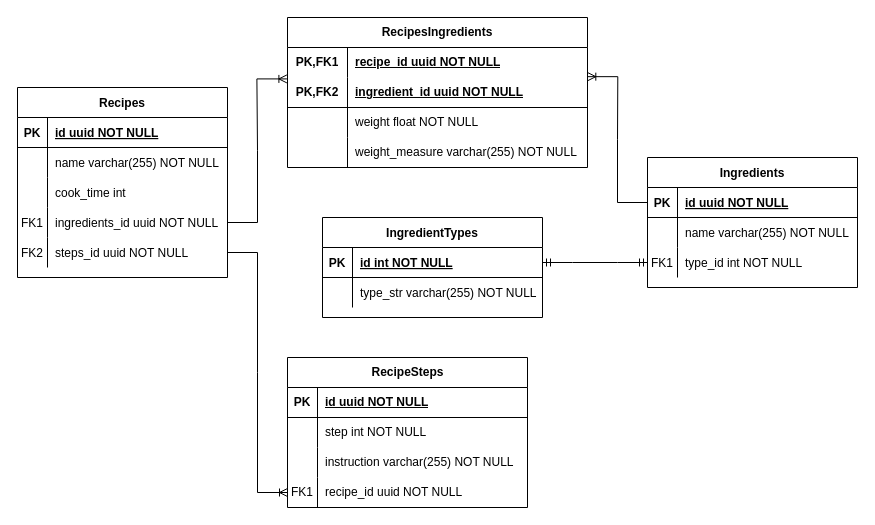
Before: docs/er.drawio in N3gD0r/cooking-roulette-java, a draw.io diagram. Source tidied: cells renumbered, new cells numbered last; positions are measured from the earlier drawing's top-left corner, leaving out a move shared by most shapes. Both pictures are drawn from the tidied source at 100%, with x=0, y=0 at pixel (17, 17).
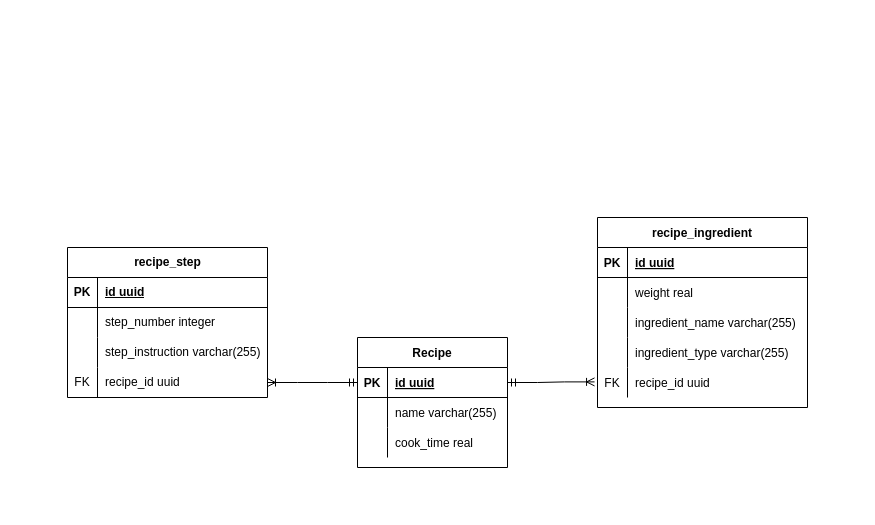
After the change.

Commit message (it also covers changes not shown here):
Added update recipe use case using patch and reflection

The change refers to these unchanged cells:
```xml
<mxCell id="26" style="shape=partialRectangle;fillColor=none;points=[[0,0.5],[1,0.5]];portConstraint=eastwest;top=0;left=0;right=0;bottom=1;" parent="25" vertex="1">
  <mxGeometry y="30" width="210" height="30" as="geometry" />
</mxCell>
<mxCell id="29" style="shape=partialRectangle;fillColor=none;top=0;left=0;right=0;bottom=0;" parent="25" vertex="1">
  <mxGeometry y="60" width="210" height="30" as="geometry" />
</mxCell>
```

Diff of the diagram source:
```diff
@@
-    <mxCell id="2" value="Recipes" style="shape=table;startSize=30;childLayout=tableLayout;rowLines=0;fontStyle=1;align=center;" parent="1" vertex="1">
-      <mxGeometry y="70" width="210" height="190" as="geometry" />
+    <mxCell id="2" value="Recipe" style="shape=table;startSize=30;childLayout=tableLayout;rowLines=0;fontStyle=1;align=center;" parent="1" vertex="1">
+      <mxGeometry x="340" y="320" width="150" height="130" as="geometry" />
     </mxCell>
     <mxCell id="3" style="shape=partialRectangle;fillColor=none;points=[[0,0.5],[1,0.5]];portConstraint=eastwest;top=0;left=0;right=0;bottom=1;" parent="2" vertex="1">
-      <mxGeometry y="30" width="210" height="30" as="geometry" />
+      <mxGeometry y="30" width="150" height="30" as="geometry" />
     </mxCell>
@@
-    <mxCell id="5" value="id uuid NOT NULL " style="shape=partialRectangle;overflow=hidden;fillColor=none;top=0;left=0;bottom=0;right=0;align=left;spacingLeft=6;fontStyle=5;" parent="3" vertex="1">
-      <mxGeometry x="30" width="180" height="30" as="geometry" />
+    <mxCell id="5" value="id uuid" style="shape=partialRectangle;overflow=hidden;fillColor=none;top=0;left=0;bottom=0;right=0;align=left;spacingLeft=6;fontStyle=5;" parent="3" vertex="1">
+      <mxGeometry x="30" width="120" height="30" as="geometry" />
     </mxCell>
     <mxCell id="6" style="shape=partialRectangle;fillColor=none;top=0;left=0;right=0;bottom=0;" parent="2" vertex="1">
-      <mxGeometry y="60" width="210" height="30" as="geometry" />
+      <mxGeometry y="60" width="150" height="30" as="geometry" />
     </mxCell>
@@
-    <mxCell id="8" value="name varchar(255) NOT NULL" style="shape=partialRectangle;overflow=hidden;fillColor=none;top=0;left=0;bottom=0;right=0;align=left;spacingLeft=6;" parent="6" vertex="1">
-      <mxGeometry x="30" width="180" height="30" as="geometry" />
+    <mxCell id="8" value="name varchar(255)" style="shape=partialRectangle;overflow=hidden;fillColor=none;top=0;left=0;bottom=0;right=0;align=left;spacingLeft=6;" parent="6" vertex="1">
+      <mxGeometry x="30" width="120" height="30" as="geometry" />
     </mxCell>
     <mxCell id="9" style="shape=partialRectangle;fillColor=none;top=0;left=0;right=0;bottom=0;" parent="2" vertex="1">
-      <mxGeometry y="90" width="210" height="30" as="geometry" />
+      <mxGeometry y="90" width="150" height="30" as="geometry" />
     </mxCell>
@@
-    <mxCell id="11" value="cook_time int" style="shape=partialRectangle;overflow=hidden;fillColor=none;top=0;left=0;bottom=0;right=0;align=left;spacingLeft=6;" parent="9" vertex="1">
-      <mxGeometry x="30" width="180" height="30" as="geometry" />
+    <mxCell id="11" value="cook_time real" style="shape=partialRectangle;overflow=hidden;fillColor=none;top=0;left=0;bottom=0;right=0;align=left;spacingLeft=6;" parent="9" vertex="1">
+      <mxGeometry x="30" width="120" height="30" as="geometry" />
     </mxCell>
-    <mxCell id="12" style="shape=partialRectangle;fillColor=none;points=[[0,0.5],[1,0.5]];portConstraint=eastwest;top=0;left=0;right=0;bottom=0;" parent="2" vertex="1">
-      <mxGeometry y="120" width="210" height="30" as="geometry" />
-    </mxCell>
-    <mxCell id="13" value="FK1" style="shape=partialRectangle;overflow=hidden;fillColor=none;top=0;left=0;bottom=0;right=0;" parent="12" vertex="1">
-      <mxGeometry width="30" height="30" as="geometry" />
-    </mxCell>
-    <mxCell id="14" value="ingredients_id uuid NOT NULL" style="shape=partialRectangle;overflow=hidden;fillColor=none;top=0;left=0;bottom=0;right=0;align=left;spacingLeft=6;" parent="12" vertex="1">
-      <mxGeometry x="30" width="180" height="30" as="geometry" />
-    </mxCell>
-    <mxCell id="15" style="shape=partialRectangle;fillColor=none;points=[[0,0.5],[1,0.5]];portConstraint=eastwest;top=0;left=0;right=0;bottom=0;" parent="2" vertex="1">
-      <mxGeometry y="150" width="210" height="30" as="geometry" />
-    </mxCell>
-    <mxCell id="16" value="FK2" style="shape=partialRectangle;overflow=hidden;fillColor=none;top=0;left=0;bottom=0;right=0;" parent="15" vertex="1">
-      <mxGeometry width="30" height="30" as="geometry" />
-    </mxCell>
-    <mxCell id="17" value="steps_id uuid NOT NULL" style="shape=partialRectangle;overflow=hidden;fillColor=none;top=0;left=0;bottom=0;right=0;align=left;spacingLeft=6;" parent="15" vertex="1">
-      <mxGeometry x="30" width="180" height="30" as="geometry" />
-    </mxCell>
-    <mxCell id="18" value="IngredientTypes" style="shape=table;startSize=30;childLayout=tableLayout;rowLines=0;fontStyle=1;align=center;" parent="1" vertex="1">
-      <mxGeometry x="305" y="200" width="220" height="100" as="geometry" />
-    </mxCell>
-    <mxCell id="19" style="shape=partialRectangle;fillColor=none;points=[[0,0.5],[1,0.5]];portConstraint=eastwest;top=0;left=0;right=0;bottom=1;" parent="18" vertex="1">
-      <mxGeometry y="30" width="220" height="30" as="geometry" />
-    </mxCell>
-    <mxCell id="20" value="PK" style="shape=partialRectangle;overflow=hidden;fillColor=none;top=0;left=0;bottom=0;right=0;fontStyle=1;" parent="19" vertex="1">
-      <mxGeometry width="30" height="30" as="geometry" />
-    </mxCell>
-    <mxCell id="21" value="id int NOT NULL " style="shape=partialRectangle;overflow=hidden;fillColor=none;top=0;left=0;bottom=0;right=0;align=left;spacingLeft=6;fontStyle=5;" parent="19" vertex="1">
-      <mxGeometry x="30" width="190" height="30" as="geometry" />
-    </mxCell>
-    <mxCell id="22" style="shape=partialRectangle;fillColor=none;top=0;left=0;right=0;bottom=0;" parent="18" vertex="1">
-      <mxGeometry y="60" width="220" height="30" as="geometry" />
-    </mxCell>
-    <mxCell id="23" style="shape=partialRectangle;overflow=hidden;fillColor=none;top=0;left=0;bottom=0;right=0;" parent="22" vertex="1">
-      <mxGeometry width="30" height="30" as="geometry" />
-    </mxCell>
-    <mxCell id="24" value="type_str varchar(255) NOT NULL" style="shape=partialRectangle;overflow=hidden;fillColor=none;top=0;left=0;bottom=0;right=0;align=left;spacingLeft=6;" parent="22" vertex="1">
-      <mxGeometry x="30" width="190" height="30" as="geometry" />
-    </mxCell>
-    <mxCell id="25" value="Ingredients" style="shape=table;startSize=30;childLayout=tableLayout;rowLines=0;fontStyle=1;align=center;" parent="1" vertex="1">
-      <mxGeometry x="630" y="140" width="210" height="130" as="geometry" />
+    <mxCell id="25" value="recipe_ingredient" style="shape=table;startSize=30;childLayout=tableLayout;rowLines=0;fontStyle=1;align=center;" parent="1" vertex="1">
+      <mxGeometry x="580" y="200" width="210" height="190" as="geometry" />
     </mxCell>
@@
-    <mxCell id="28" value="id uuid NOT NULL " style="shape=partialRectangle;overflow=hidden;fillColor=none;top=0;left=0;bottom=0;right=0;align=left;spacingLeft=6;fontStyle=5;" parent="26" vertex="1">
+    <mxCell id="28" value="id uuid" style="shape=partialRectangle;overflow=hidden;fillColor=none;top=0;left=0;bottom=0;right=0;align=left;spacingLeft=6;fontStyle=5;" parent="26" vertex="1">
       <mxGeometry x="30" width="180" height="30" as="geometry" />
     </mxCell>
@@
-    <mxCell id="31" value="name varchar(255) NOT NULL" style="shape=partialRectangle;overflow=hidden;fillColor=none;top=0;left=0;bottom=0;right=0;align=left;spacingLeft=6;" parent="29" vertex="1">
+    <mxCell id="31" value="weight real" style="shape=partialRectangle;overflow=hidden;fillColor=none;top=0;left=0;bottom=0;right=0;align=left;spacingLeft=6;" parent="29" vertex="1">
       <mxGeometry x="30" width="180" height="30" as="geometry" />
     </mxCell>
+    <mxCell id="65" style="shape=partialRectangle;fillColor=none;top=0;left=0;right=0;bottom=0;" parent="25" vertex="1">
+      <mxGeometry y="90" width="210" height="30" as="geometry" />
+    </mxCell>
+    <mxCell id="66" style="shape=partialRectangle;overflow=hidden;fillColor=none;top=0;left=0;bottom=0;right=0;" parent="65" vertex="1">
+      <mxGeometry width="30" height="30" as="geometry" />
+    </mxCell>
+    <mxCell id="67" value="ingredient_name varchar(255)" style="shape=partialRectangle;overflow=hidden;fillColor=none;top=0;left=0;bottom=0;right=0;align=left;spacingLeft=6;" parent="65" vertex="1">
+      <mxGeometry x="30" width="180" height="30" as="geometry" />
+    </mxCell>
+    <mxCell id="12" style="shape=partialRectangle;fillColor=none;points=[[0,0.5],[1,0.5]];portConstraint=eastwest;top=0;left=0;right=0;bottom=0;" parent="25" vertex="1">
+      <mxGeometry y="120" width="210" height="30" as="geometry" />
+    </mxCell>
+    <mxCell id="68" style="shape=partialRectangle;overflow=hidden;fillColor=none;top=0;left=0;bottom=0;right=0;" parent="12" vertex="1">
+      <mxGeometry width="30" height="30" as="geometry" />
+    </mxCell>
+    <mxCell id="69" value="ingredient_type varchar(255)" style="shape=partialRectangle;overflow=hidden;fillColor=none;top=0;left=0;bottom=0;right=0;align=left;spacingLeft=6;" parent="12" vertex="1">
+      <mxGeometry x="30" width="180" height="30" as="geometry" />
+    </mxCell>
     <mxCell id="32" style="shape=partialRectangle;fillColor=none;points=[[0,0.5],[1,0.5]];portConstraint=eastwest;top=0;left=0;right=0;bottom=0;" parent="25" vertex="1">
-      <mxGeometry y="90" width="210" height="30" as="geometry" />
+      <mxGeometry y="150" width="210" height="30" as="geometry" />
     </mxCell>
-    <mxCell id="33" value="FK1" style="shape=partialRectangle;overflow=hidden;fillColor=none;top=0;left=0;bottom=0;right=0;" parent="32" vertex="1">
+    <mxCell id="33" value="FK" style="shape=partialRectangle;overflow=hidden;fillColor=none;top=0;left=0;bottom=0;right=0;" parent="32" vertex="1">
       <mxGeometry width="30" height="30" as="geometry" />
     </mxCell>
-    <mxCell id="34" value="type_id int NOT NULL" style="shape=partialRectangle;overflow=hidden;fillColor=none;top=0;left=0;bottom=0;right=0;align=left;spacingLeft=6;" parent="32" vertex="1">
+    <mxCell id="34" value="recipe_id uuid" style="shape=partialRectangle;overflow=hidden;fillColor=none;top=0;left=0;bottom=0;right=0;align=left;spacingLeft=6;" parent="32" vertex="1">
       <mxGeometry x="30" width="180" height="30" as="geometry" />
     </mxCell>
-    <mxCell id="35" style="edgeStyle=entityRelationEdgeStyle;fontSize=12;html=1;endArrow=ERmandOne;startArrow=ERmandOne;rounded=0;exitX=1;exitY=0.5;exitDx=0;exitDy=0;entryX=0;entryY=0.5;entryDx=0;entryDy=0;" parent="1" edge="1" source="19" target="32">
-      <mxGeometry relative="1" as="geometry" />
-    </mxCell>
-    <mxCell id="36" style="edgeStyle=entityRelationEdgeStyle;fontSize=12;html=1;endArrow=ERoneToMany;rounded=0;entryX=-0.002;entryY=1.047;entryDx=0;entryDy=0;exitX=1;exitY=0.5;exitDx=0;exitDy=0;entryPerimeter=0;" parent="1" edge="1" source="12" target="52">
-      <mxGeometry relative="1" as="geometry" />
-    </mxCell>
-    <mxCell id="37" style="edgeStyle=entityRelationEdgeStyle;fontSize=12;html=1;endArrow=ERoneToMany;rounded=0;exitX=0;exitY=0.5;exitDx=0;exitDy=0;entryX=1.001;entryY=-0.028;entryDx=0;entryDy=0;entryPerimeter=0;" parent="1" edge="1" source="26" target="55">
-      <mxGeometry relative="1" as="geometry" />
-    </mxCell>
-    <mxCell id="38" value="RecipeSteps" style="shape=table;startSize=30;childLayout=tableLayout;rowLines=0;fontStyle=1;align=center;html=1;" parent="1" vertex="1">
-      <mxGeometry x="270" y="340" width="240" height="150" as="geometry" />
+    <mxCell id="38" value="recipe_step" style="shape=table;startSize=30;childLayout=tableLayout;rowLines=0;fontStyle=1;align=center;html=1;" parent="1" vertex="1">
+      <mxGeometry x="50" y="230" width="200" height="150" as="geometry" />
     </mxCell>
     <mxCell id="39" style="shape=tableRow;horizontal=0;startSize=0;swimlaneHead=0;swimlaneBody=0;fillColor=none;top=0;left=0;right=0;bottom=1;" parent="38" vertex="1">
-      <mxGeometry y="30" width="240" height="30" as="geometry" />
+      <mxGeometry y="30" width="200" height="30" as="geometry" />
     </mxCell>
@@
-    <mxCell id="41" value="id uuid NOT NULL" style="shape=partialRectangle;fillColor=none;top=0;left=0;bottom=0;right=0;align=left;spacingLeft=6;fontStyle=5;overflow=hidden;whiteSpace=wrap;html=1;" parent="39" vertex="1">
-      <mxGeometry x="30" width="210" height="30" as="geometry" />
+    <mxCell id="41" value="id uuid" style="shape=partialRectangle;fillColor=none;top=0;left=0;bottom=0;right=0;align=left;spacingLeft=6;fontStyle=5;overflow=hidden;whiteSpace=wrap;html=1;" parent="39" vertex="1">
+      <mxGeometry x="30" width="170" height="30" as="geometry" />
     </mxCell>
     <mxCell id="42" style="shape=tableRow;horizontal=0;startSize=0;swimlaneHead=0;swimlaneBody=0;fillColor=none;top=0;left=0;right=0;bottom=0;" parent="38" vertex="1">
-      <mxGeometry y="60" width="240" height="30" as="geometry" />
+      <mxGeometry y="60" width="200" height="30" as="geometry" />
     </mxCell>
@@
-    <mxCell id="44" value="step int NOT NULL" style="shape=partialRectangle;fillColor=none;top=0;left=0;bottom=0;right=0;align=left;spacingLeft=6;overflow=hidden;whiteSpace=wrap;html=1;" parent="42" vertex="1">
-      <mxGeometry x="30" width="210" height="30" as="geometry" />
+    <mxCell id="44" value="step_number integer" style="shape=partialRectangle;fillColor=none;top=0;left=0;bottom=0;right=0;align=left;spacingLeft=6;overflow=hidden;whiteSpace=wrap;html=1;" parent="42" vertex="1">
+      <mxGeometry x="30" width="170" height="30" as="geometry" />
     </mxCell>
     <mxCell id="45" style="shape=tableRow;horizontal=0;startSize=0;swimlaneHead=0;swimlaneBody=0;fillColor=none;top=0;left=0;right=0;bottom=0;" parent="38" vertex="1">
-      <mxGeometry y="90" width="240" height="30" as="geometry" />
+      <mxGeometry y="90" width="200" height="30" as="geometry" />
     </mxCell>
@@
-    <mxCell id="47" value="instruction varchar(255) NOT NULL" style="shape=partialRectangle;fillColor=none;top=0;left=0;bottom=0;right=0;align=left;spacingLeft=6;overflow=hidden;whiteSpace=wrap;html=1;" parent="45" vertex="1">
-      <mxGeometry x="30" width="210" height="30" as="geometry" />
+    <mxCell id="47" value="step_instruction varchar(255)" style="shape=partialRectangle;fillColor=none;top=0;left=0;bottom=0;right=0;align=left;spacingLeft=6;overflow=hidden;whiteSpace=wrap;html=1;" parent="45" vertex="1">
+      <mxGeometry x="30" width="170" height="30" as="geometry" />
     </mxCell>
     <mxCell id="48" style="shape=tableRow;horizontal=0;startSize=0;swimlaneHead=0;swimlaneBody=0;fillColor=none;points=[[0,0.5],[1,0.5]];portConstraint=eastwest;top=0;left=0;right=0;bottom=0;" parent="38" vertex="1">
-      <mxGeometry y="120" width="240" height="30" as="geometry" />
+      <mxGeometry y="120" width="200" height="30" as="geometry" />
     </mxCell>
-    <mxCell id="49" value="FK1" style="shape=partialRectangle;fillColor=none;top=0;left=0;bottom=0;right=0;overflow=hidden;whiteSpace=wrap;html=1;" parent="48" vertex="1">
+    <mxCell id="49" value="FK" style="shape=partialRectangle;fillColor=none;top=0;left=0;bottom=0;right=0;overflow=hidden;whiteSpace=wrap;html=1;" parent="48" vertex="1">
       <mxGeometry width="30" height="30" as="geometry" />
     </mxCell>
-    <mxCell id="50" value="recipe_id uuid NOT NULL" style="shape=partialRectangle;fillColor=none;top=0;left=0;bottom=0;right=0;align=left;spacingLeft=6;overflow=hidden;whiteSpace=wrap;html=1;" parent="48" vertex="1">
-      <mxGeometry x="30" width="210" height="30" as="geometry" />
+    <mxCell id="50" value="recipe_id uuid" style="shape=partialRectangle;fillColor=none;top=0;left=0;bottom=0;right=0;align=left;spacingLeft=6;overflow=hidden;whiteSpace=wrap;html=1;" parent="48" vertex="1">
+      <mxGeometry x="30" width="170" height="30" as="geometry" />
     </mxCell>
-    <mxCell id="51" value="RecipesIngredients" style="shape=table;startSize=30;childLayout=tableLayout;rowLines=0;fontStyle=1;align=center;html=1;whiteSpace=wrap;" parent="1" vertex="1">
-      <mxGeometry x="270" width="300" height="150" as="geometry" />
-    </mxCell>
-    <mxCell id="52" style="shape=tableRow;horizontal=0;startSize=0;swimlaneHead=0;swimlaneBody=0;fillColor=none;points=[[0,0.5],[1,0.5]];portConstraint=eastwest;top=0;left=0;right=0;bottom=0;html=1;" parent="51" vertex="1">
-      <mxGeometry y="30" width="300" height="30" as="geometry" />
-    </mxCell>
-    <mxCell id="53" value="PK,FK1" style="shape=partialRectangle;fillColor=none;top=0;left=0;bottom=0;right=0;fontStyle=1;overflow=hidden;html=1;whiteSpace=wrap;" parent="52" vertex="1">
-      <mxGeometry width="60" height="30" as="geometry" />
-    </mxCell>
-    <mxCell id="54" value="recipe_id uuid NOT NULL" style="shape=partialRectangle;fillColor=none;top=0;left=0;bottom=0;right=0;align=left;spacingLeft=6;fontStyle=5;overflow=hidden;html=1;whiteSpace=wrap;" parent="52" vertex="1">
-      <mxGeometry x="60" width="240" height="30" as="geometry" />
-    </mxCell>
-    <mxCell id="55" style="shape=tableRow;horizontal=0;startSize=0;swimlaneHead=0;swimlaneBody=0;fillColor=none;points=[[0,0.5],[1,0.5]];portConstraint=eastwest;top=0;left=0;right=0;bottom=1;html=1;" parent="51" vertex="1">
-      <mxGeometry y="60" width="300" height="30" as="geometry" />
-    </mxCell>
-    <mxCell id="56" value="PK,FK2" style="shape=partialRectangle;fillColor=none;top=0;left=0;bottom=0;right=0;fontStyle=1;overflow=hidden;html=1;whiteSpace=wrap;" parent="55" vertex="1">
-      <mxGeometry width="60" height="30" as="geometry" />
-    </mxCell>
-    <mxCell id="57" value="ingredient_id uuid NOT NULL" style="shape=partialRectangle;fillColor=none;top=0;left=0;bottom=0;right=0;align=left;spacingLeft=6;fontStyle=5;overflow=hidden;html=1;whiteSpace=wrap;" parent="55" vertex="1">
-      <mxGeometry x="60" width="240" height="30" as="geometry" />
-    </mxCell>
-    <mxCell id="58" style="shape=tableRow;horizontal=0;startSize=0;swimlaneHead=0;swimlaneBody=0;fillColor=none;top=0;left=0;right=0;bottom=0;html=1;" parent="51" vertex="1">
-      <mxGeometry y="90" width="300" height="30" as="geometry" />
-    </mxCell>
-    <mxCell id="59" style="shape=partialRectangle;fillColor=none;top=0;left=0;bottom=0;right=0;overflow=hidden;html=1;whiteSpace=wrap;" parent="58" vertex="1">
-      <mxGeometry width="60" height="30" as="geometry" />
-    </mxCell>
-    <mxCell id="60" value="weight float NOT NULL" style="shape=partialRectangle;fillColor=none;top=0;left=0;bottom=0;right=0;align=left;spacingLeft=6;overflow=hidden;html=1;whiteSpace=wrap;" parent="58" vertex="1">
-      <mxGeometry x="60" width="240" height="30" as="geometry" />
-    </mxCell>
-    <mxCell id="61" style="shape=tableRow;horizontal=0;startSize=0;swimlaneHead=0;swimlaneBody=0;fillColor=none;top=0;left=0;right=0;bottom=0;html=1;" parent="51" vertex="1">
-      <mxGeometry y="120" width="300" height="30" as="geometry" />
-    </mxCell>
-    <mxCell id="62" style="shape=partialRectangle;fillColor=none;top=0;left=0;bottom=0;right=0;overflow=hidden;html=1;whiteSpace=wrap;" parent="61" vertex="1">
-      <mxGeometry width="60" height="30" as="geometry" />
-    </mxCell>
-    <mxCell id="63" value="weight_measure varchar(255) NOT NULL" style="shape=partialRectangle;fillColor=none;top=0;left=0;bottom=0;right=0;align=left;spacingLeft=6;overflow=hidden;html=1;whiteSpace=wrap;" parent="61" vertex="1">
-      <mxGeometry x="60" width="240" height="30" as="geometry" />
-    </mxCell>
-    <mxCell id="64" style="edgeStyle=entityRelationEdgeStyle;fontSize=12;html=1;endArrow=ERoneToMany;rounded=0;entryX=0;entryY=0.5;entryDx=0;entryDy=0;exitX=1;exitY=0.5;exitDx=0;exitDy=0;" parent="1" edge="1" source="15" target="48">
-      <mxGeometry relative="1" as="geometry" />
-    </mxCell>
+    <mxCell id="70" style="edgeStyle=entityRelationEdgeStyle;fontSize=12;html=1;endArrow=ERoneToMany;startArrow=ERmandOne;rounded=0;exitX=1;exitY=0.5;exitDx=0;exitDy=0;entryX=-0.014;entryY=0.48;entryDx=0;entryDy=0;entryPerimeter=0;" parent="1" edge="1" source="3" target="32">
+      <mxGeometry relative="1" as="geometry" />
+    </mxCell>
+    <mxCell id="71" style="edgeStyle=entityRelationEdgeStyle;fontSize=12;html=1;endArrow=ERoneToMany;startArrow=ERmandOne;rounded=0;" parent="1" edge="1" source="3" target="48">
+      <mxGeometry relative="1" as="geometry" />
+    </mxCell>
```
